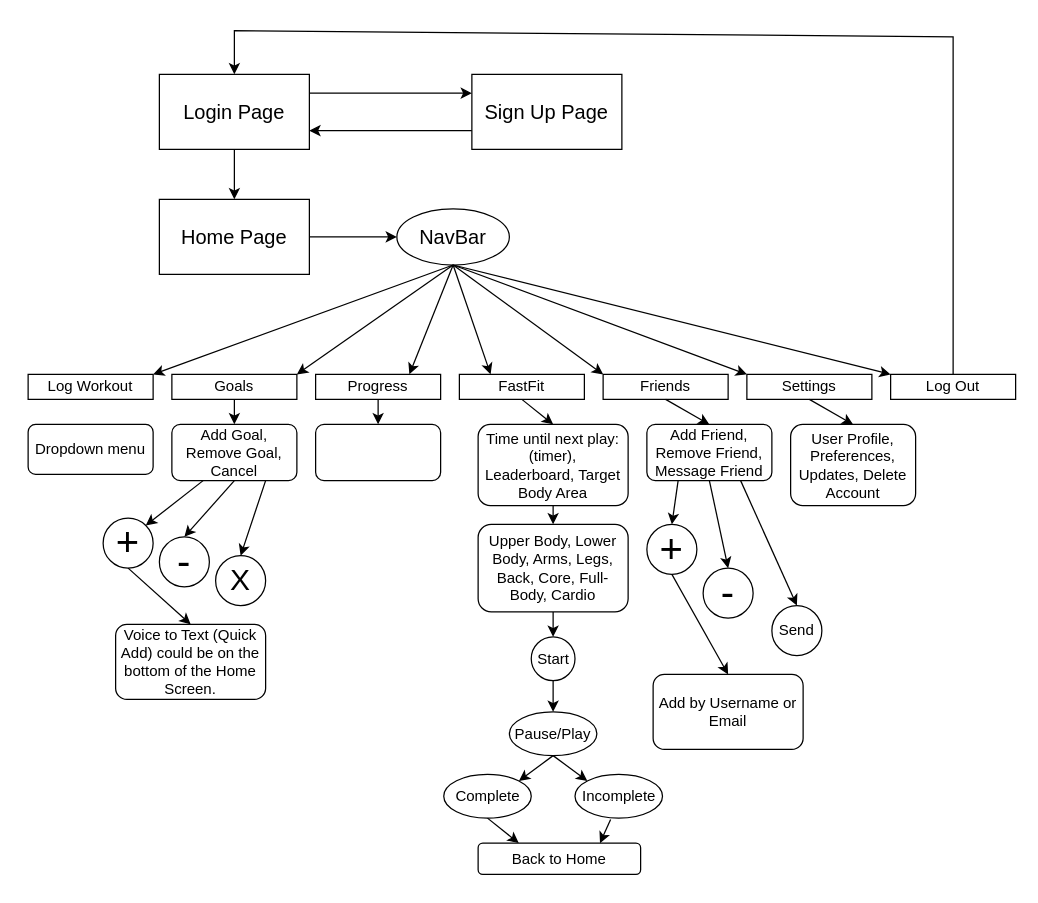
The draw.io diagram Diagram.drawio in dLavn/Capstone-Project-USF, before the edit. Source tidied: cells renumbered, new cells numbered last; positions are measured from the earlier drawing's top-left corner, leaving out a move shared by most shapes. Both pictures are drawn from the tidied source at 125%, with x=0, y=0 at pixel (28, 30).
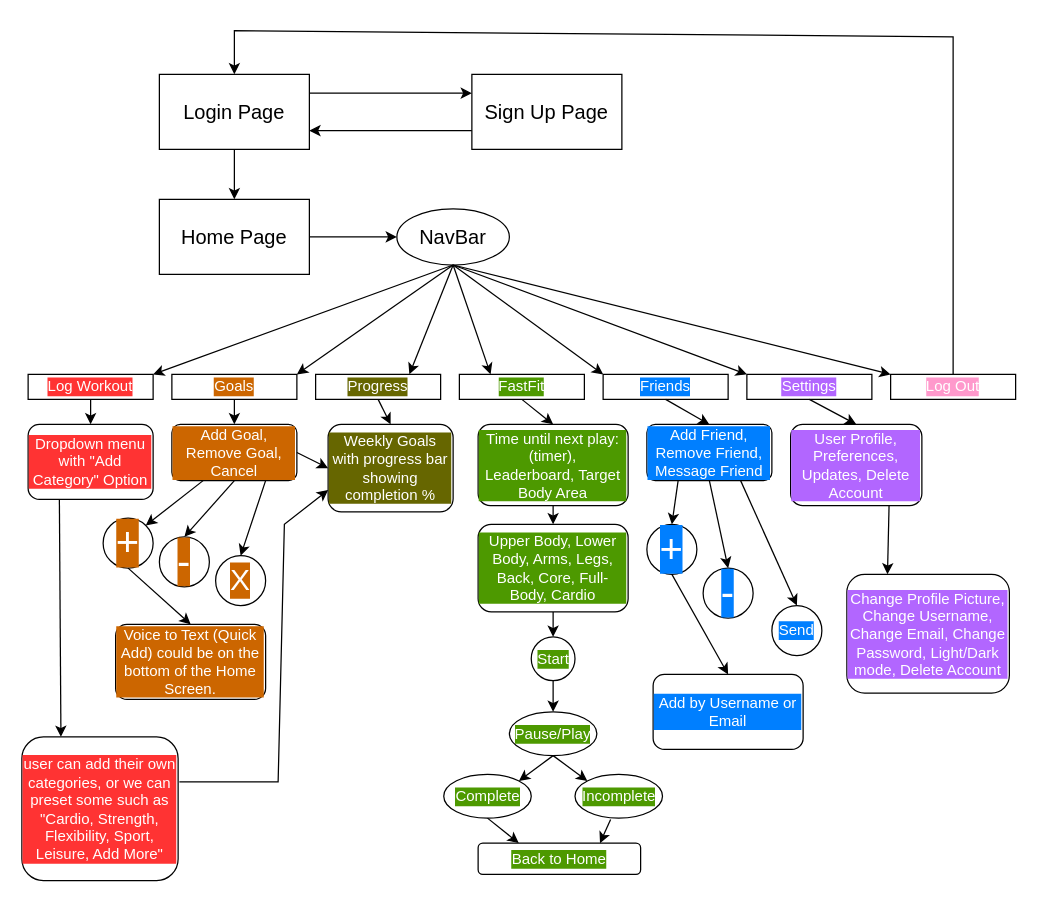
After the change.

The edit, as a diff of the source:
```diff
@@
-    <mxCell id="10" value="Log Workout" style="rounded=0;whiteSpace=wrap;html=1;" parent="1" vertex="1">
+    <mxCell id="10" value="Log Workout" style="rounded=0;whiteSpace=wrap;html=1;labelBackgroundColor=#FF3333;textShadow=0;fontColor=#FFFFFF;" parent="1" vertex="1">
       <mxGeometry y="275" width="100" height="20" as="geometry" />
     </mxCell>
-    <mxCell id="11" value="Goals" style="rounded=0;whiteSpace=wrap;html=1;" parent="1" vertex="1">
+    <mxCell id="11" value="Goals" style="rounded=0;whiteSpace=wrap;html=1;labelBackgroundColor=#CC6600;fontColor=#FFFFFF;" parent="1" vertex="1">
       <mxGeometry x="115" y="275" width="100" height="20" as="geometry" />
     </mxCell>
-    <mxCell id="12" value="Progress" style="rounded=0;whiteSpace=wrap;html=1;" parent="1" vertex="1">
+    <mxCell id="12" value="Progress" style="rounded=0;whiteSpace=wrap;html=1;fontColor=#FFFFFF;labelBackgroundColor=#666600;" parent="1" vertex="1">
       <mxGeometry x="230" y="275" width="100" height="20" as="geometry" />
     </mxCell>
-    <mxCell id="13" value="Settings" style="rounded=0;whiteSpace=wrap;html=1;" parent="1" vertex="1">
+    <mxCell id="13" value="Settings" style="rounded=0;whiteSpace=wrap;html=1;fontColor=#FFFFFF;labelBackgroundColor=#B266FF;" parent="1" vertex="1">
       <mxGeometry x="575" y="275" width="100" height="20" as="geometry" />
     </mxCell>
-    <mxCell id="14" value="FastFit" style="rounded=0;whiteSpace=wrap;html=1;" parent="1" vertex="1">
+    <mxCell id="14" value="FastFit" style="rounded=0;whiteSpace=wrap;html=1;labelBackgroundColor=#4D9900;fontColor=#FFFFFF;" parent="1" vertex="1">
       <mxGeometry x="345" y="275" width="100" height="20" as="geometry" />
     </mxCell>
-    <mxCell id="15" value="Friends" style="rounded=0;whiteSpace=wrap;html=1;" parent="1" vertex="1">
+    <mxCell id="15" value="Friends" style="rounded=0;whiteSpace=wrap;html=1;fontColor=#FFFFFF;labelBackgroundColor=#007FFF;" parent="1" vertex="1">
       <mxGeometry x="460" y="275" width="100" height="20" as="geometry" />
     </mxCell>
-    <mxCell id="16" value="Log Out" style="rounded=0;whiteSpace=wrap;html=1;" parent="1" vertex="1">
+    <mxCell id="16" value="Log Out" style="rounded=0;whiteSpace=wrap;html=1;fontColor=#FFFFFF;labelBackgroundColor=#FF99CC;" parent="1" vertex="1">
       <mxGeometry x="690" y="275" width="100" height="20" as="geometry" />
     </mxCell>
@@
-    <mxCell id="24" value="Dropdown menu" style="rounded=1;whiteSpace=wrap;html=1;" parent="1" vertex="1">
-      <mxGeometry y="315" width="100" height="40" as="geometry" />
+    <mxCell id="24" value="Dropdown menu with &quot;Add Category&quot; Option" style="rounded=1;whiteSpace=wrap;html=1;labelBackgroundColor=#FF3333;fontColor=#FFFFFF;" parent="1" vertex="1">
+      <mxGeometry y="315" width="100" height="60" as="geometry" />
     </mxCell>
@@
-    <mxCell id="26" value="+" style="ellipse;whiteSpace=wrap;html=1;fontSize=32;" parent="1" vertex="1">
+    <mxCell id="26" value="+" style="ellipse;whiteSpace=wrap;html=1;fontSize=32;fontColor=#FFFFFF;labelBackgroundColor=#CC6600;" parent="1" vertex="1">
       <mxGeometry x="60" y="390" width="40" height="40" as="geometry" />
     </mxCell>
-    <mxCell id="27" value="-" style="ellipse;whiteSpace=wrap;html=1;fontSize=32;" parent="1" vertex="1">
+    <mxCell id="27" value="-" style="ellipse;whiteSpace=wrap;html=1;fontSize=32;fontColor=#FFFFFF;labelBackgroundColor=#CC6600;" parent="1" vertex="1">
       <mxGeometry x="105" y="405" width="40" height="40" as="geometry" />
     </mxCell>
-    <mxCell id="28" value="X" style="ellipse;whiteSpace=wrap;html=1;fontSize=24;" parent="1" vertex="1">
+    <mxCell id="28" value="X" style="ellipse;whiteSpace=wrap;html=1;fontSize=24;fontColor=#FFFFFF;labelBackgroundColor=#CC6600;" parent="1" vertex="1">
       <mxGeometry x="150" y="420" width="40" height="40" as="geometry" />
     </mxCell>
-    <mxCell id="29" value="Add Goal, Remove Goal, Cancel" style="rounded=1;whiteSpace=wrap;html=1;" parent="1" vertex="1">
+    <mxCell id="29" value="Add Goal, Remove Goal, Cancel" style="rounded=1;whiteSpace=wrap;html=1;labelBackgroundColor=#CC6600;fontColor=#FFFFFF;" parent="1" vertex="1">
       <mxGeometry x="115" y="315" width="100" height="45" as="geometry" />
     </mxCell>
@@
-    <mxCell id="34" style="rounded=1;whiteSpace=wrap;html=1;" parent="1" vertex="1">
-      <mxGeometry x="230" y="315" width="100" height="45" as="geometry" />
+    <mxCell id="34" value="Weekly Goals with progress bar showing completion %" style="rounded=1;whiteSpace=wrap;html=1;fontColor=#FFFFFF;labelBackgroundColor=#666600;" parent="1" vertex="1">
+      <mxGeometry x="240" y="315" width="100" height="70" as="geometry" />
     </mxCell>
-    <mxCell id="35" value="Time until next play: (timer), Leaderboard,&amp;nbsp;&lt;span style=&quot;background-color: initial;&quot;&gt;Target Body Area&lt;/span&gt;" style="rounded=1;whiteSpace=wrap;html=1;" parent="1" vertex="1">
+    <mxCell id="35" value="Time until next play: (timer), Leaderboard,&amp;nbsp;&lt;span style=&quot;&quot;&gt;Target Body Area&lt;/span&gt;" style="rounded=1;whiteSpace=wrap;html=1;labelBackgroundColor=#4D9900;fontColor=#FFFFFF;" parent="1" vertex="1">
       <mxGeometry x="360" y="315" width="120" height="65" as="geometry" />
     </mxCell>
-    <mxCell id="36" value="Add Friend, Remove Friend, Message Friend" style="rounded=1;whiteSpace=wrap;html=1;" parent="1" vertex="1">
+    <mxCell id="36" value="Add Friend, Remove Friend, Message Friend" style="rounded=1;whiteSpace=wrap;html=1;fontColor=#FFFFFF;labelBackgroundColor=#007FFF;" parent="1" vertex="1">
       <mxGeometry x="495" y="315" width="100" height="45" as="geometry" />
     </mxCell>
-    <mxCell id="37" value="User Profile, Preferences, Updates, Delete Account" style="rounded=1;whiteSpace=wrap;html=1;" parent="1" vertex="1">
-      <mxGeometry x="610" y="315" width="100" height="65" as="geometry" />
+    <mxCell id="37" value="User Profile, Preferences, Updates, Delete Account" style="rounded=1;whiteSpace=wrap;html=1;fontColor=#FFFFFF;labelBackgroundColor=#B266FF;" parent="1" vertex="1">
+      <mxGeometry x="610" y="315" width="105" height="65" as="geometry" />
     </mxCell>
@@
-    <mxCell id="43" value="Voice to Text (Quick Add) could be on the bottom of the Home Screen." style="rounded=1;whiteSpace=wrap;html=1;" parent="1" vertex="1">
+    <mxCell id="43" value="Voice to Text (Quick Add) could be on the bottom of the Home Screen." style="rounded=1;whiteSpace=wrap;html=1;labelBackgroundColor=#CC6600;fontColor=#FFFFFF;" parent="1" vertex="1">
       <mxGeometry x="70" y="475" width="120" height="60" as="geometry" />
     </mxCell>
@@
-    <mxCell id="45" value="Upper Body, Lower Body, Arms, Legs, Back, Core, Full-Body, Cardio" style="rounded=1;whiteSpace=wrap;html=1;" parent="1" vertex="1">
+    <mxCell id="45" value="Upper Body, Lower Body, Arms, Legs, Back, Core, Full-Body, Cardio" style="rounded=1;whiteSpace=wrap;html=1;labelBackgroundColor=#4D9900;fontColor=#FFFFFF;" parent="1" vertex="1">
       <mxGeometry x="360" y="395" width="120" height="70" as="geometry" />
     </mxCell>
-    <mxCell id="46" value="+" style="ellipse;whiteSpace=wrap;html=1;fontSize=32;" parent="1" vertex="1">
+    <mxCell id="46" value="+" style="ellipse;whiteSpace=wrap;html=1;fontSize=32;fontColor=#FFFFFF;labelBackgroundColor=#007FFF;" parent="1" vertex="1">
       <mxGeometry x="495" y="395" width="40" height="40" as="geometry" />
     </mxCell>
-    <mxCell id="47" value="-" style="ellipse;whiteSpace=wrap;html=1;fontSize=32;" parent="1" vertex="1">
+    <mxCell id="47" value="-" style="ellipse;whiteSpace=wrap;html=1;fontSize=32;fontColor=#FFFFFF;labelBackgroundColor=#007FFF;" parent="1" vertex="1">
       <mxGeometry x="540" y="430" width="40" height="40" as="geometry" />
     </mxCell>
@@
-    <mxCell id="50" value="Send" style="ellipse;whiteSpace=wrap;html=1;" parent="1" vertex="1">
+    <mxCell id="50" value="Send" style="ellipse;whiteSpace=wrap;html=1;fontColor=#FFFFFF;labelBackgroundColor=#007FFF;" parent="1" vertex="1">
       <mxGeometry x="595" y="460" width="40" height="40" as="geometry" />
     </mxCell>
@@
-    <mxCell id="52" value="Add by Username or Email" style="rounded=1;whiteSpace=wrap;html=1;" parent="1" vertex="1">
+    <mxCell id="52" value="Add by Username or Email" style="rounded=1;whiteSpace=wrap;html=1;fontColor=#FFFFFF;labelBackgroundColor=#007FFF;" parent="1" vertex="1">
       <mxGeometry x="500" y="515" width="120" height="60" as="geometry" />
     </mxCell>
@@
-    <mxCell id="55" value="Start" style="ellipse;whiteSpace=wrap;html=1;" parent="1" vertex="1">
+    <mxCell id="55" value="Start" style="ellipse;whiteSpace=wrap;html=1;fontColor=#FFFFFF;labelBackgroundColor=#4D9900;" parent="1" vertex="1">
       <mxGeometry x="402.5" y="485" width="35" height="35" as="geometry" />
     </mxCell>
-    <mxCell id="56" value="Pause/Play" style="ellipse;whiteSpace=wrap;html=1;" parent="1" vertex="1">
+    <mxCell id="56" value="Pause/Play" style="ellipse;whiteSpace=wrap;html=1;fontColor=#FFFFFF;labelBackgroundColor=#4D9900;" parent="1" vertex="1">
       <mxGeometry x="385" y="545" width="70" height="35" as="geometry" />
     </mxCell>
@@
-    <mxCell id="58" value="Complete" style="ellipse;whiteSpace=wrap;html=1;" parent="1" vertex="1">
+    <mxCell id="58" value="Complete" style="ellipse;whiteSpace=wrap;html=1;fontColor=#FFFFFF;labelBackgroundColor=#4D9900;" parent="1" vertex="1">
       <mxGeometry x="332.5" y="595" width="70" height="35" as="geometry" />
     </mxCell>
-    <mxCell id="59" value="Incomplete" style="ellipse;whiteSpace=wrap;html=1;" parent="1" vertex="1">
+    <mxCell id="59" value="Incomplete" style="ellipse;whiteSpace=wrap;html=1;fontColor=#FFFFFF;labelBackgroundColor=#4D9900;" parent="1" vertex="1">
       <mxGeometry x="437.5" y="595" width="70" height="35" as="geometry" />
     </mxCell>
@@
-    <mxCell id="62" value="Back to Home" style="rounded=1;whiteSpace=wrap;html=1;" parent="1" vertex="1">
+    <mxCell id="62" value="Back to Home" style="rounded=1;whiteSpace=wrap;html=1;fontColor=#FFFFFF;labelBackgroundColor=#4D9900;" parent="1" vertex="1">
       <mxGeometry x="360" y="650" width="130" height="25" as="geometry" />
     </mxCell>
@@
+    <mxCell id="65" style="endArrow=classic;html=1;rounded=0;exitX=1;exitY=0.5;exitDx=0;exitDy=0;entryX=0;entryY=0.5;entryDx=0;entryDy=0;" parent="1" edge="1" source="29" target="34">
+      <mxGeometry relative="1" as="geometry" />
+    </mxCell>
+    <mxCell id="66" style="endArrow=classic;html=1;rounded=0;exitX=0.5;exitY=1;exitDx=0;exitDy=0;entryX=0.5;entryY=0;entryDx=0;entryDy=0;" parent="1" edge="1" source="10" target="24">
+      <mxGeometry relative="1" as="geometry" />
+    </mxCell>
+    <mxCell id="67" style="endArrow=classic;html=1;rounded=0;exitX=0.25;exitY=1;exitDx=0;exitDy=0;entryX=0.25;entryY=0;entryDx=0;entryDy=0;" parent="1" edge="1" source="24" target="68">
+      <mxGeometry relative="1" as="geometry" />
+    </mxCell>
+    <mxCell id="68" value="user can add their own categories, or we can preset some such as &quot;Cardio, Strength, Flexibility, Sport, Leisure, Add More&quot;" style="rounded=1;whiteSpace=wrap;html=1;labelBackgroundColor=#FF3333;fontColor=#FFFFFF;" parent="1" vertex="1">
+      <mxGeometry x="-5" y="565" width="125" height="115" as="geometry" />
+    </mxCell>
+    <mxCell id="69" style="endArrow=classic;html=1;rounded=0;exitX=1.008;exitY=0.313;exitDx=0;exitDy=0;exitPerimeter=0;entryX=0;entryY=0.75;entryDx=0;entryDy=0;" parent="1" edge="1" source="68" target="34">
+      <mxGeometry relative="1" as="geometry">
+        <Array as="points">
+          <mxPoint x="200" y="601" />
+          <mxPoint x="205" y="395" />
+        </Array>
+      </mxGeometry>
+    </mxCell>
+    <mxCell id="70" value="Change Profile Picture, Change Username, Change Email, Change Password, Light/Dark mode, Delete Account" style="rounded=1;whiteSpace=wrap;html=1;fontColor=#FFFFFF;labelBackgroundColor=#B266FF;" parent="1" vertex="1">
+      <mxGeometry x="655" y="435" width="130" height="95" as="geometry" />
+    </mxCell>
+    <mxCell id="71" style="endArrow=classic;html=1;rounded=0;exitX=0.75;exitY=1;exitDx=0;exitDy=0;entryX=0.25;entryY=0;entryDx=0;entryDy=0;" parent="1" edge="1" source="37" target="70">
+      <mxGeometry relative="1" as="geometry" />
+    </mxCell>
```
